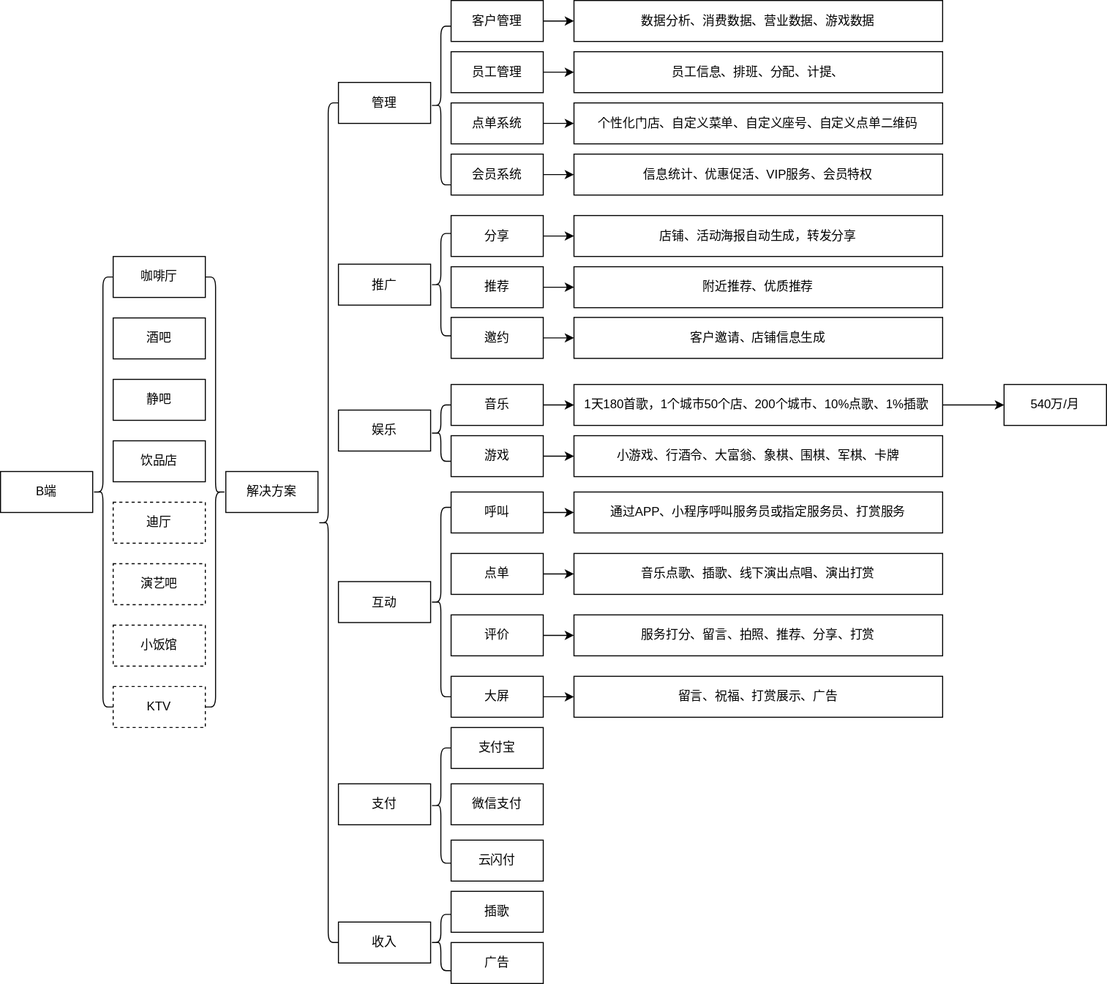
Above: coffeeshop.svg in gaorock530/brainstorm (draw.io), before the change. Source tidied: cells renumbered, new cells last; positions are measured from the earlier drawing's top-left corner, leaving out a move shared by most shapes.
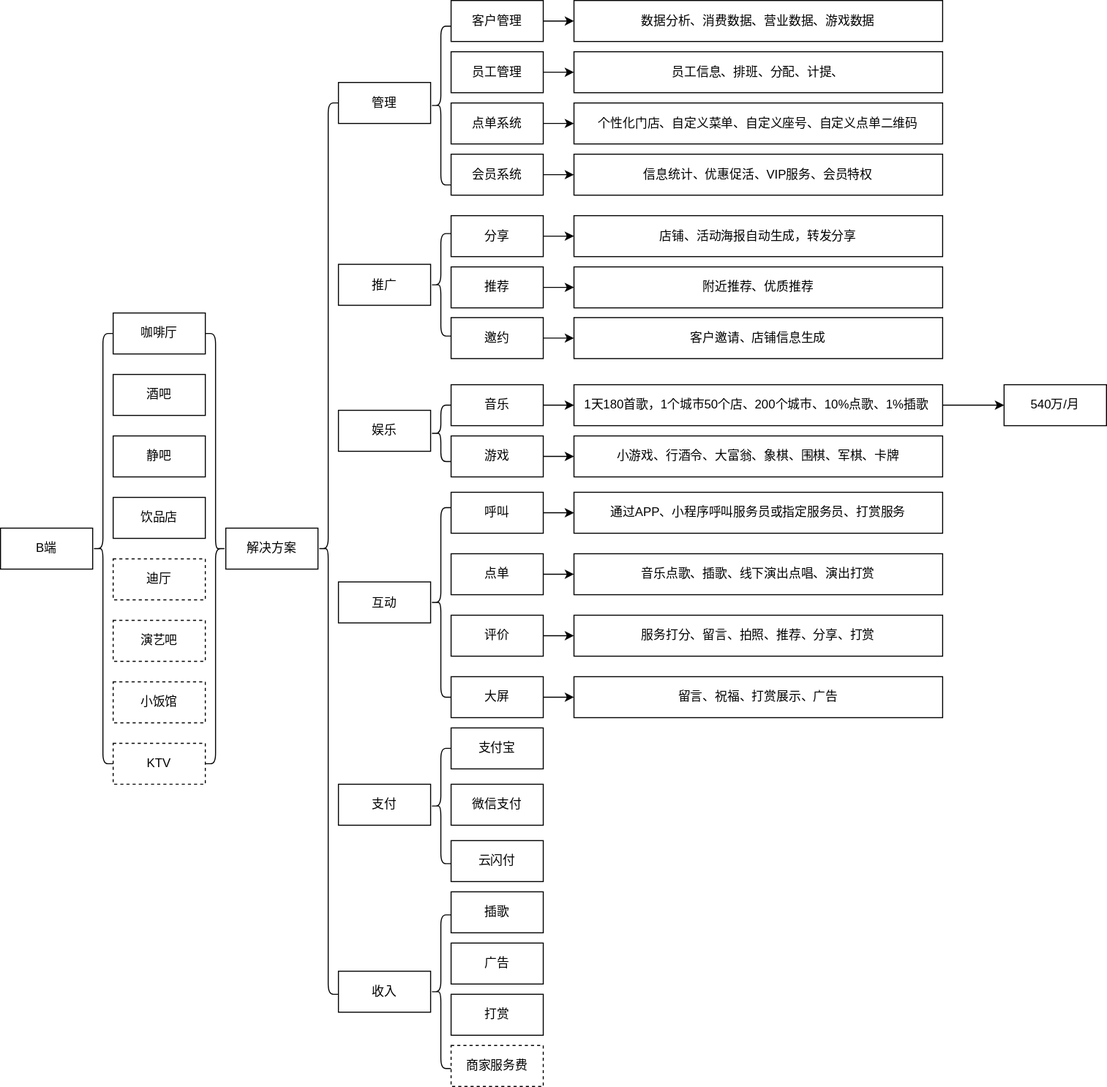
Above is the later version.

What changed in the source:
```diff
@@ -3,37 +3,37 @@
     <mxCell id="0" />
     <mxCell id="1" parent="0" />
     <mxCell id="2" value="咖啡厅" style="rounded=0;whiteSpace=wrap;html=1;" parent="1" vertex="1">
-      <mxGeometry x="110" y="250" width="90" height="40" as="geometry" />
+      <mxGeometry x="110" y="305" width="90" height="40" as="geometry" />
     </mxCell>
     <mxCell id="3" value="酒吧" style="rounded=0;whiteSpace=wrap;html=1;" parent="1" vertex="1">
-      <mxGeometry x="110" y="310" width="90" height="40" as="geometry" />
+      <mxGeometry x="110" y="365" width="90" height="40" as="geometry" />
     </mxCell>
     <mxCell id="4" value="静吧" style="rounded=0;whiteSpace=wrap;html=1;" parent="1" vertex="1">
-      <mxGeometry x="110" y="370" width="90" height="40" as="geometry" />
+      <mxGeometry x="110" y="425" width="90" height="40" as="geometry" />
     </mxCell>
     <mxCell id="5" value="饮品店" style="rounded=0;whiteSpace=wrap;html=1;" parent="1" vertex="1">
-      <mxGeometry x="110" y="430" width="90" height="40" as="geometry" />
+      <mxGeometry x="110" y="485" width="90" height="40" as="geometry" />
     </mxCell>
     <mxCell id="6" value="迪厅" style="rounded=0;whiteSpace=wrap;html=1;gradientColor=#ffffff;fillColor=none;dashed=1;" parent="1" vertex="1">
-      <mxGeometry x="110" y="490" width="90" height="40" as="geometry" />
+      <mxGeometry x="110" y="545" width="90" height="40" as="geometry" />
     </mxCell>
     <mxCell id="7" value="演艺吧" style="rounded=0;whiteSpace=wrap;html=1;gradientColor=#ffffff;fillColor=none;dashed=1;" parent="1" vertex="1">
-      <mxGeometry x="110" y="550" width="90" height="40" as="geometry" />
+      <mxGeometry x="110" y="605" width="90" height="40" as="geometry" />
     </mxCell>
     <mxCell id="8" style="shape=curlyBracket;whiteSpace=wrap;html=1;rounded=1;rotation=-180;gradientColor=#ffffff;" parent="1" vertex="1">
-      <mxGeometry x="200" y="270" width="20" height="420" as="geometry" />
+      <mxGeometry x="200" y="325" width="20" height="420" as="geometry" />
     </mxCell>
     <mxCell id="9" value="B端" style="rounded=0;whiteSpace=wrap;html=1;" parent="1" vertex="1">
-      <mxGeometry y="460" width="90" height="40" as="geometry" />
+      <mxGeometry y="515" width="90" height="40" as="geometry" />
     </mxCell>
     <mxCell id="10" value="解决方案" style="rounded=0;whiteSpace=wrap;html=1;" parent="1" vertex="1">
-      <mxGeometry x="220" y="460" width="90" height="40" as="geometry" />
+      <mxGeometry x="220" y="515" width="90" height="40" as="geometry" />
     </mxCell>
     <mxCell id="11" style="shape=curlyBracket;whiteSpace=wrap;html=1;rounded=1;rotation=-180;gradientColor=#ffffff;direction=west;" parent="1" vertex="1">
-      <mxGeometry x="90" y="270" width="20" height="420" as="geometry" />
+      <mxGeometry x="90" y="325" width="20" height="420" as="geometry" />
     </mxCell>
     <mxCell id="12" style="shape=curlyBracket;whiteSpace=wrap;html=1;rounded=1;rotation=-180;gradientColor=#ffffff;direction=west;size=0.5;" parent="1" vertex="1">
-      <mxGeometry x="310" y="100" width="20" height="820" as="geometry" />
+      <mxGeometry x="310" y="100" width="20" height="870" as="geometry" />
     </mxCell>
     <mxCell id="13" style="edgeStyle=orthogonalEdgeStyle;rounded=0;jettySize=auto;html=1;exitX=1;exitY=0.5;exitDx=0;exitDy=0;" parent="1" edge="1" source="14" target="43">
       <mxGeometry relative="1" as="geometry" />
@@ -81,7 +81,7 @@
       <mxGeometry x="440" width="90" height="40" as="geometry" />
     </mxCell>
     <mxCell id="28" value="收入" style="rounded=0;whiteSpace=wrap;html=1;" parent="1" vertex="1">
-      <mxGeometry x="330" y="900" width="90" height="40" as="geometry" />
+      <mxGeometry x="330" y="947.5" width="90" height="40" as="geometry" />
     </mxCell>
     <mxCell id="29" style="shape=curlyBracket;whiteSpace=wrap;html=1;rounded=1;rotation=-180;gradientColor=#ffffff;direction=west;size=0.5;" parent="1" vertex="1">
       <mxGeometry x="420" y="25" width="20" height="155" as="geometry" />
@@ -132,7 +132,7 @@
       <mxGeometry x="980" y="375" width="100" height="40" as="geometry" />
     </mxCell>
     <mxCell id="45" value="小饭馆" style="rounded=0;whiteSpace=wrap;html=1;gradientColor=#ffffff;fillColor=none;dashed=1;" parent="1" vertex="1">
-      <mxGeometry x="110" y="610" width="90" height="40" as="geometry" />
+      <mxGeometry x="110" y="665" width="90" height="40" as="geometry" />
     </mxCell>
     <mxCell id="46" style="edgeStyle=orthogonalEdgeStyle;rounded=0;jettySize=auto;html=1;exitX=1;exitY=0.5;exitDx=0;exitDy=0;entryX=0;entryY=0.5;entryDx=0;entryDy=0;" parent="1" edge="1" source="47" target="48">
       <mxGeometry relative="1" as="geometry" />
@@ -180,7 +180,7 @@
       <mxGeometry x="560" y="425" width="360" height="40" as="geometry" />
     </mxCell>
     <mxCell id="61" style="shape=curlyBracket;whiteSpace=wrap;html=1;rounded=1;rotation=-180;gradientColor=#ffffff;direction=west;size=0.5;" parent="1" vertex="1">
-      <mxGeometry x="420" y="892.5" width="20" height="55" as="geometry" />
+      <mxGeometry x="420" y="892.5" width="20" height="150" as="geometry" />
     </mxCell>
     <mxCell id="62" value="支付宝" style="rounded=0;whiteSpace=wrap;html=1;" parent="1" vertex="1">
       <mxGeometry x="440" y="710" width="90" height="40" as="geometry" />
@@ -195,7 +195,7 @@
       <mxGeometry x="420" y="730" width="20" height="112.5" as="geometry" />
     </mxCell>
     <mxCell id="66" value="KTV" style="rounded=0;whiteSpace=wrap;html=1;gradientColor=#ffffff;fillColor=none;dashed=1;" parent="1" vertex="1">
-      <mxGeometry x="110" y="670" width="90" height="40" as="geometry" />
+      <mxGeometry x="110" y="725" width="90" height="40" as="geometry" />
     </mxCell>
     <mxCell id="67" value="员工信息、排班、分配、计提、" style="rounded=0;whiteSpace=wrap;html=1;" parent="1" vertex="1">
       <mxGeometry x="560" y="50" width="360" height="40" as="geometry" />
@@ -215,5 +215,11 @@
     <mxCell id="72" value="服务打分、留言、拍照、推荐、分享、打赏" style="rounded=0;whiteSpace=wrap;html=1;" parent="1" vertex="1">
       <mxGeometry x="560" y="600" width="360" height="40" as="geometry" />
     </mxCell>
+    <mxCell id="73" value="打赏" style="rounded=0;whiteSpace=wrap;html=1;" parent="1" vertex="1">
+      <mxGeometry x="440" y="970" width="90" height="40" as="geometry" />
+    </mxCell>
+    <mxCell id="74" value="商家服务费" style="rounded=0;whiteSpace=wrap;html=1;dashed=1;" parent="1" vertex="1">
+      <mxGeometry x="440" y="1020" width="90" height="40" as="geometry" />
+    </mxCell>
   </root>
 </mxGraphModel>
```
